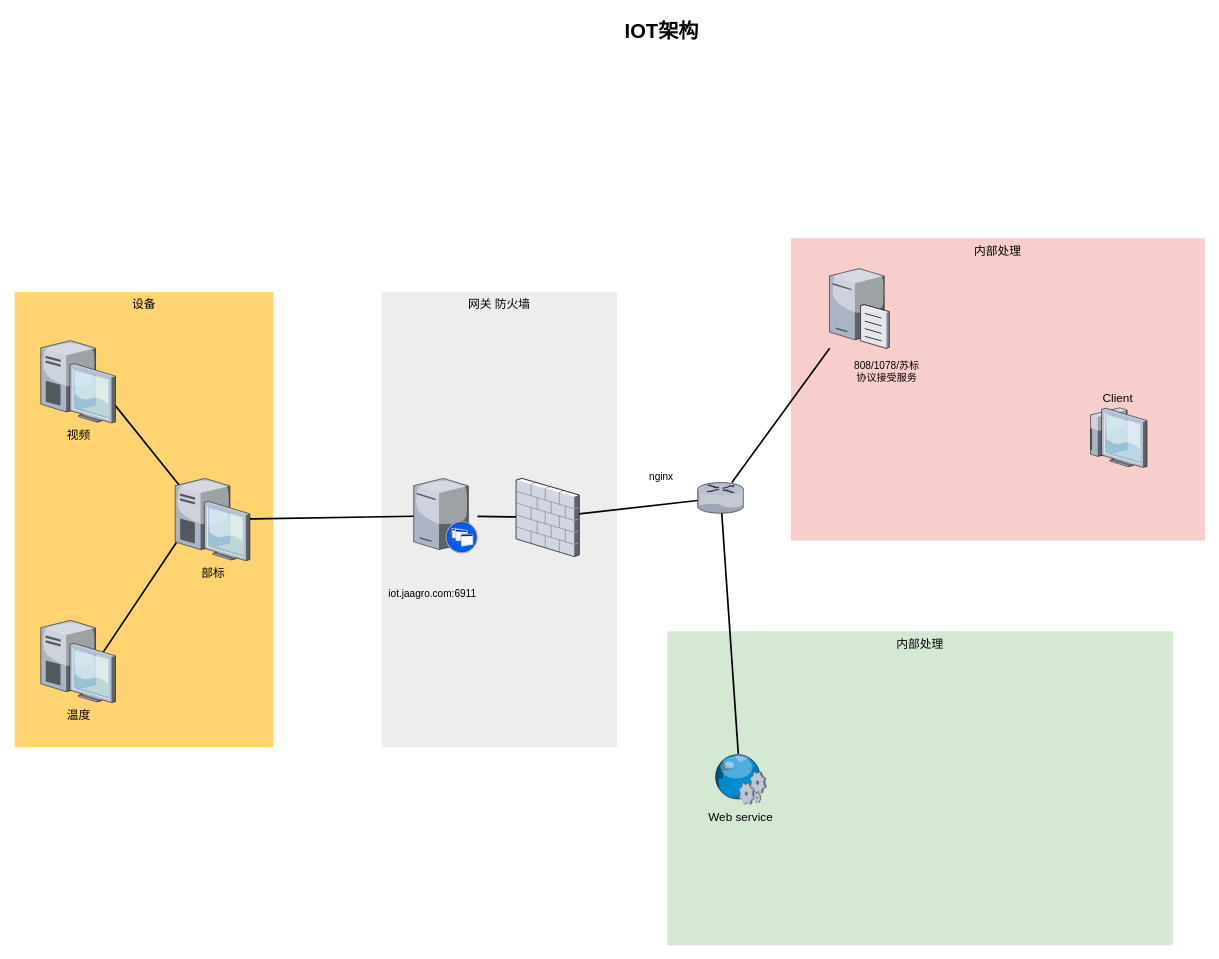
Above: com.diagram/Untitled Diagram.drawio in MileyWong/diagram (draw.io), before the change. Source tidied: cells renumbered, new cells numbered last; positions are measured from the earlier drawing's top-left corner, leaving out a move shared by most shapes. Both pictures are drawn from the tidied source at 84%, with x=0, y=0 at pixel (14, 14).
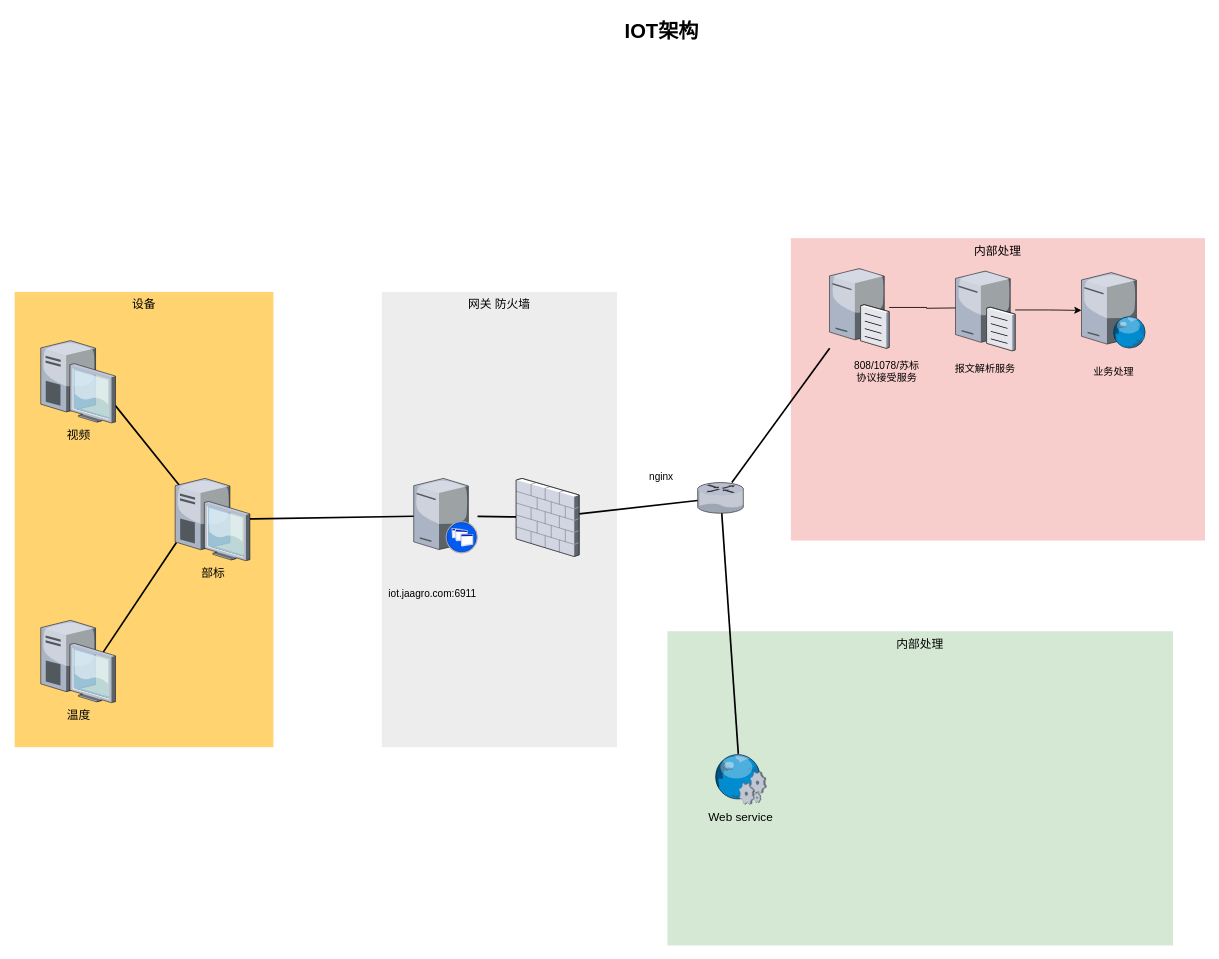
The same page after the edit.

Unchanged cells that the change refers to:
```xml
<mxCell id="24" style="verticalLabelPosition=bottom;html=1;verticalAlign=top;strokeColor=none;align=center;outlineConnect=0;shape=mxgraph.citrix.file_server;" parent="1" vertex="1">
  <mxGeometry x="970" y="300" width="71" height="97" as="geometry" />
</mxCell>
```

Change to the diagram source:
```diff
@@
-    <mxCell id="18" value="Client" style="verticalLabelPosition=top;html=1;verticalAlign=bottom;strokeColor=none;shape=mxgraph.citrix.thin_client;fillColor=#66B2FF;gradientColor=#0066CC;fontSize=14;labelPosition=center;align=center;" parent="1" vertex="1">
-      <mxGeometry x="1277" y="468" width="71" height="71" as="geometry" />
-    </mxCell>
@@
+    <mxCell id="26" style="edgeStyle=orthogonalEdgeStyle;rounded=0;jettySize=auto;html=1;" parent="1" edge="1" source="24">
+      <mxGeometry relative="1" as="geometry">
+        <mxPoint x="1130" y="349" as="targetPoint" />
+      </mxGeometry>
+    </mxCell>
@@
+    <mxCell id="27" style="edgeStyle=orthogonalEdgeStyle;rounded=0;jettySize=auto;html=1;" parent="1" edge="1" source="28" target="30">
+      <mxGeometry relative="1" as="geometry" />
+    </mxCell>
+    <mxCell id="28" style="verticalLabelPosition=bottom;html=1;verticalAlign=top;strokeColor=none;align=center;outlineConnect=0;shape=mxgraph.citrix.file_server;" parent="1" vertex="1">
+      <mxGeometry x="1120" y="303" width="71" height="97" as="geometry" />
+    </mxCell>
+    <mxCell id="29" value="报文解析服务" style="text;html=1;strokeColor=none;fillColor=none;align=center;verticalAlign=middle;whiteSpace=wrap;rounded=0;" parent="1" vertex="1">
+      <mxGeometry x="1103.2" y="397" width="104.5" height="50" as="geometry" />
+    </mxCell>
+    <mxCell id="30" style="verticalLabelPosition=bottom;html=1;verticalAlign=top;strokeColor=none;align=center;outlineConnect=0;shape=mxgraph.citrix.web_server;" parent="1" vertex="1">
+      <mxGeometry x="1270" y="307" width="76.5" height="90" as="geometry" />
+    </mxCell>
+    <mxCell id="31" value="业务处理" style="text;html=1;strokeColor=none;fillColor=none;align=center;verticalAlign=middle;whiteSpace=wrap;rounded=0;" parent="1" vertex="1">
+      <mxGeometry x="1256" y="400" width="104.5" height="50" as="geometry" />
+    </mxCell>
```
